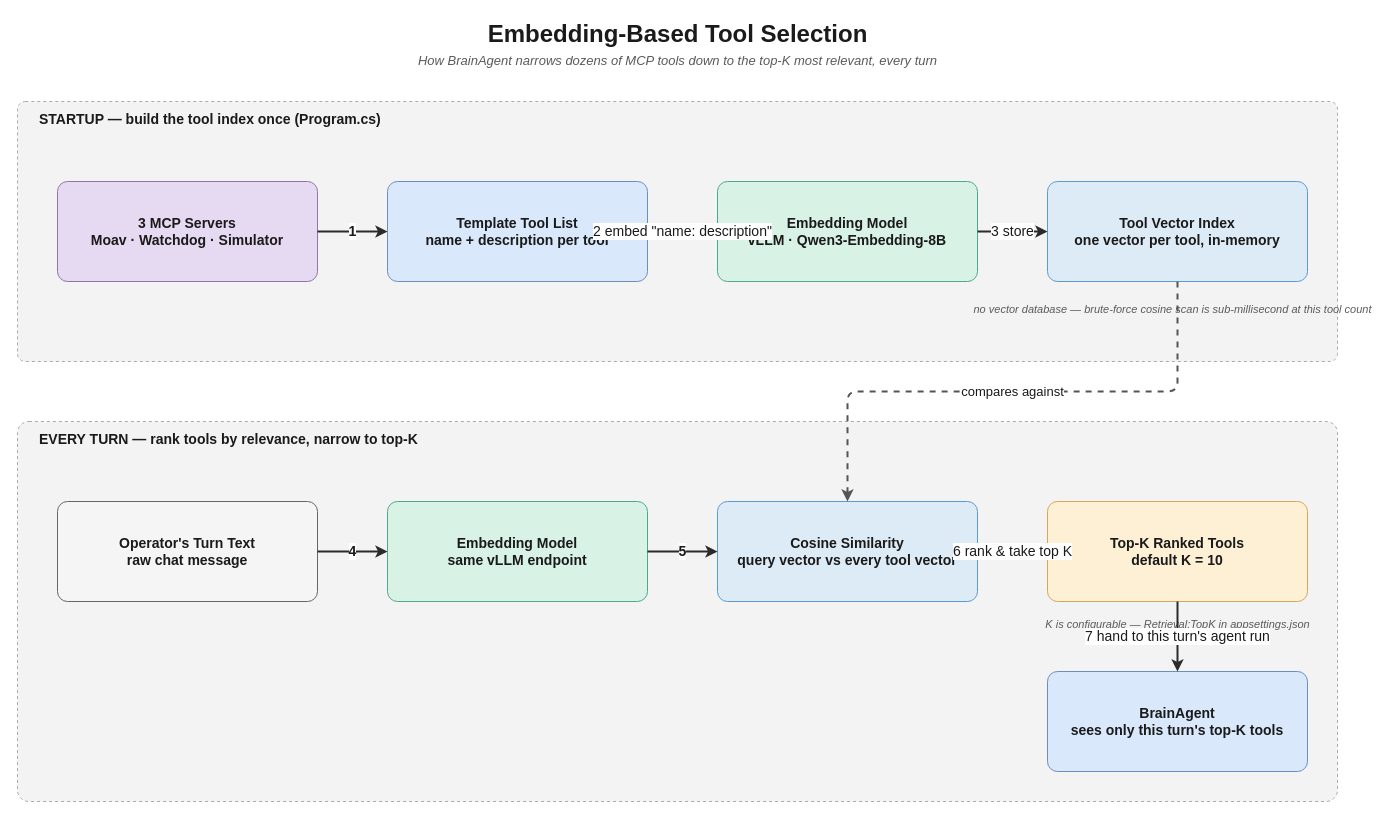
Earlier version of the draw.io diagram page "Tool Selection Mechanism" (2 of 2) of docs/architecture.drawio (David-Mordechai/UavOps). Source tidied: cells renumbered, new cells numbered last; positions are measured from the earlier drawing's top-left corner, leaving out a move shared by most shapes. Both pictures are drawn from the tidied source at 100%, with x=0, y=0 at pixel (17, 17).
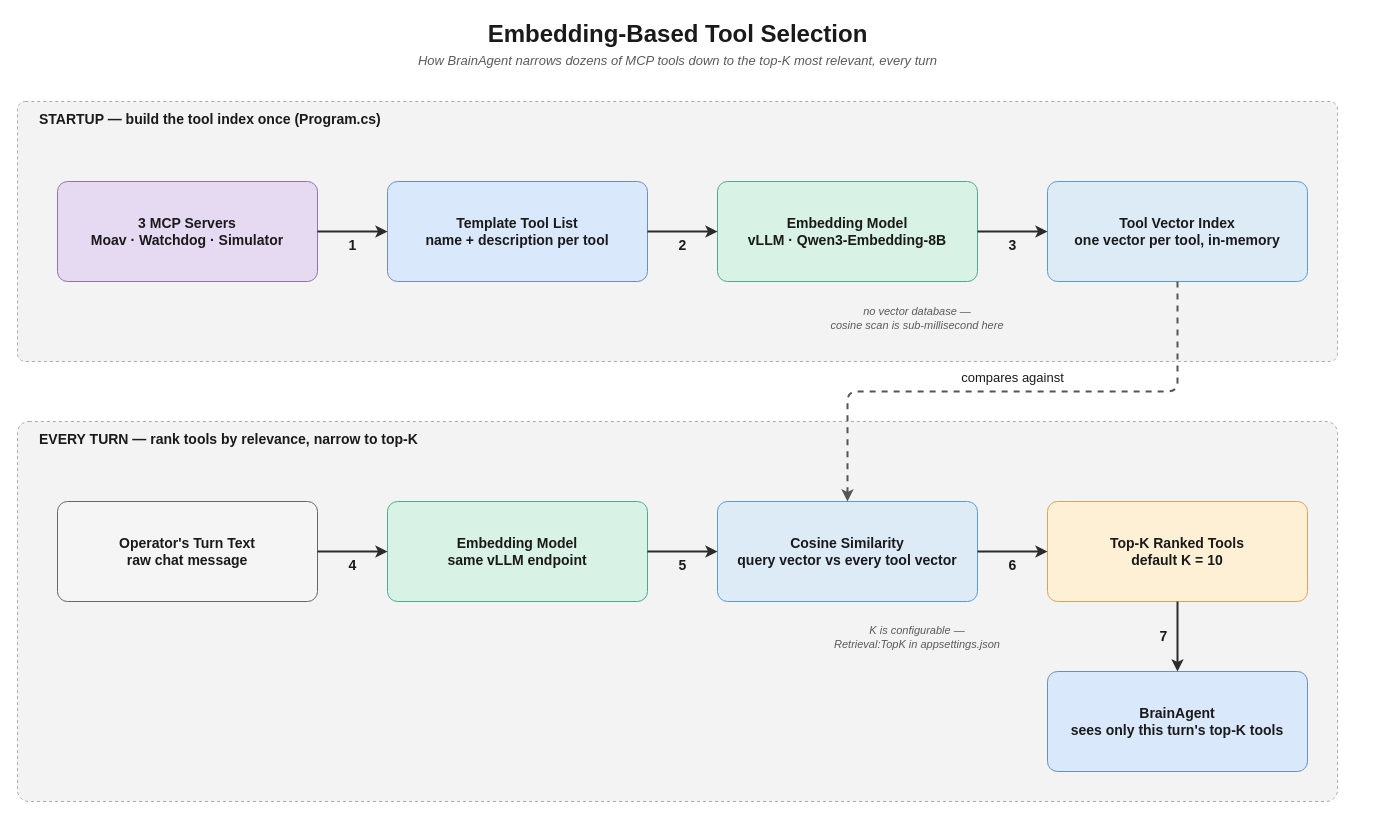
Above is the later version.

Commit message (it also covers changes not shown here):
Fix tool-selection diagram: edge label overlap and note positioning

Unchanged cells that the change refers to:
```xml
<mxCell id="6" value="3 MCP Servers&#10;Moav · Watchdog · Simulator" style="rounded=1;whiteSpace=wrap;html=1;fillColor=light-dark(#E6D9F2,#3B2A55);strokeColor=light-dark(#9673A6,#C6A8DE);fontColor=light-dark(#1A1A1A,#F5F5F5);fontSize=14;fontStyle=1;arcSize=10;" parent="1" vertex="1">
  <mxGeometry x="40" y="164" width="260" height="100" as="geometry" />
</mxCell>
<mxCell id="7" value="Template Tool List&#10;name + description per tool" style="rounded=1;whiteSpace=wrap;html=1;fillColor=light-dark(#DAE8FC,#1F3A5F);strokeColor=light-dark(#6C8EBF,#8FB4E3);fontColor=light-dark(#1A1A1A,#F5F5F5);fontSize=14;fontStyle=1;arcSize=10;" parent="1" vertex="1">
  <mxGeometry x="370" y="164" width="260" height="100" as="geometry" />
</mxCell>
<mxCell id="8" value="Embedding Model&#10;vLLM · Qwen3-Embedding-8B" style="rounded=1;whiteSpace=wrap;html=1;fillColor=light-dark(#D9F2E6,#1F4A3D);strokeColor=light-dark(#4DA88F,#7FD9BE);fontColor=light-dark(#1A1A1A,#F5F5F5);fontSize=14;fontStyle=1;arcSize=10;" parent="1" vertex="1">
  <mxGeometry x="700" y="164" width="260" height="100" as="geometry" />
</mxCell>
<mxCell id="9" value="Tool Vector Index&#10;one vector per tool, in-memory" style="rounded=1;whiteSpace=wrap;html=1;fillColor=light-dark(#DDEBF7,#16324A);strokeColor=light-dark(#5B9BD5,#7FB2E5);fontColor=light-dark(#1A1A1A,#F5F5F5);fontSize=14;fontStyle=1;arcSize=10;" parent="1" vertex="1">
  <mxGeometry x="1030" y="164" width="260" height="100" as="geometry" />
</mxCell>
<mxCell id="16" value="Operator's Turn Text&#10;raw chat message" style="rounded=1;whiteSpace=wrap;html=1;fillColor=light-dark(#F5F5F5,#2B2B2B);strokeColor=light-dark(#666666,#AAAAAA);fontColor=light-dark(#1A1A1A,#F0F0F0);fontSize=14;fontStyle=1;arcSize=10;" parent="1" vertex="1">
  <mxGeometry x="40" y="484" width="260" height="100" as="geometry" />
</mxCell>
<mxCell id="17" value="Embedding Model&#10;same vLLM endpoint" style="rounded=1;whiteSpace=wrap;html=1;fillColor=light-dark(#D9F2E6,#1F4A3D);strokeColor=light-dark(#4DA88F,#7FD9BE);fontColor=light-dark(#1A1A1A,#F5F5F5);fontSize=14;fontStyle=1;arcSize=10;" parent="1" vertex="1">
  <mxGeometry x="370" y="484" width="260" height="100" as="geometry" />
</mxCell>
<mxCell id="18" value="Cosine Similarity&#10;query vector vs every tool vector" style="rounded=1;whiteSpace=wrap;html=1;fillColor=light-dark(#DDEBF7,#16324A);strokeColor=light-dark(#5B9BD5,#7FB2E5);fontColor=light-dark(#1A1A1A,#F5F5F5);fontSize=14;fontStyle=1;arcSize=10;" parent="1" vertex="1">
  <mxGeometry x="700" y="484" width="260" height="100" as="geometry" />
</mxCell>
<mxCell id="19" value="Top-K Ranked Tools&#10;default K = 10" style="rounded=1;whiteSpace=wrap;html=1;fillColor=light-dark(#FDF0D5,#4A3B1F);strokeColor=light-dark(#D6A756,#E8C077);fontColor=light-dark(#1A1A1A,#F5F5F5);fontSize=14;fontStyle=1;arcSize=10;" parent="1" vertex="1">
  <mxGeometry x="1030" y="484" width="260" height="100" as="geometry" />
</mxCell>
<mxCell id="21" value="BrainAgent&#10;sees only this turn's top-K tools" style="rounded=1;whiteSpace=wrap;html=1;fillColor=light-dark(#DAE8FC,#1F3A5F);strokeColor=light-dark(#6C8EBF,#8FB4E3);fontColor=light-dark(#1A1A1A,#F5F5F5);fontSize=14;fontStyle=1;arcSize=10;" parent="1" vertex="1">
  <mxGeometry x="1030" y="654" width="260" height="100" as="geometry" />
</mxCell>
```

What changed in the source:
```diff
@@
-    <mxCell id="10" value="no vector database — brute-force cosine scan is sub-millisecond at this tool count" style="text;html=1;fontSize=11;fontStyle=2;align=center;verticalAlign=middle;fontColor=light-dark(#5A5A5A,#B5B5B5);" parent="1" vertex="1">
-      <mxGeometry x="990" y="272" width="330" height="40" as="geometry" />
+    <mxCell id="10" value="no vector database —&#10;cosine scan is sub-millisecond here" style="text;html=1;whiteSpace=wrap;fontSize=11;fontStyle=2;align=center;verticalAlign=middle;fontColor=light-dark(#5A5A5A,#B5B5B5);" parent="1" vertex="1">
+      <mxGeometry x="700" y="276" width="400" height="50" as="geometry" />
     </mxCell>
-    <mxCell id="11" value="1" style="edgeStyle=orthogonalEdgeStyle;rounded=1;html=1;strokeColor=light-dark(#2B2B2B,#E0E0E0);strokeWidth=2;fontColor=light-dark(#1A1A1A,#F5F5F5);fontSize=14;fontStyle=1;" parent="1" edge="1" source="6" target="7">
-      <mxGeometry relative="1" as="geometry" />
+    <mxCell id="11" value="1" style="edgeStyle=orthogonalEdgeStyle;rounded=1;html=1;labelBackgroundColor=none;strokeColor=light-dark(#2B2B2B,#E0E0E0);strokeWidth=2;fontColor=light-dark(#1A1A1A,#F5F5F5);fontSize=14;fontStyle=1;" parent="1" edge="1" source="6" target="7">
+      <mxGeometry y="-14" relative="1" as="geometry" />
     </mxCell>
-    <mxCell id="12" value="2  embed &quot;name: description&quot;" style="edgeStyle=orthogonalEdgeStyle;rounded=1;html=1;strokeColor=light-dark(#2B2B2B,#E0E0E0);strokeWidth=2;fontColor=light-dark(#1A1A1A,#F5F5F5);fontSize=14;" parent="1" edge="1" source="7" target="8">
-      <mxGeometry relative="1" as="geometry" />
+    <mxCell id="12" value="2" style="edgeStyle=orthogonalEdgeStyle;rounded=1;html=1;labelBackgroundColor=none;strokeColor=light-dark(#2B2B2B,#E0E0E0);strokeWidth=2;fontColor=light-dark(#1A1A1A,#F5F5F5);fontSize=14;fontStyle=1;" parent="1" edge="1" source="7" target="8">
+      <mxGeometry y="-14" relative="1" as="geometry" />
     </mxCell>
-    <mxCell id="13" value="3  store" style="edgeStyle=orthogonalEdgeStyle;rounded=1;html=1;strokeColor=light-dark(#2B2B2B,#E0E0E0);strokeWidth=2;fontColor=light-dark(#1A1A1A,#F5F5F5);fontSize=14;" parent="1" edge="1" source="8" target="9">
-      <mxGeometry relative="1" as="geometry" />
+    <mxCell id="13" value="3" style="edgeStyle=orthogonalEdgeStyle;rounded=1;html=1;labelBackgroundColor=none;strokeColor=light-dark(#2B2B2B,#E0E0E0);strokeWidth=2;fontColor=light-dark(#1A1A1A,#F5F5F5);fontSize=14;fontStyle=1;" parent="1" edge="1" source="8" target="9">
+      <mxGeometry y="-14" relative="1" as="geometry" />
     </mxCell>
@@
-    <mxCell id="20" value="K is configurable — Retrieval:TopK in appsettings.json" style="text;html=1;fontSize=11;fontStyle=2;align=center;verticalAlign=middle;fontColor=light-dark(#5A5A5A,#B5B5B5);" parent="1" vertex="1">
-      <mxGeometry x="1000" y="592" width="320" height="30" as="geometry" />
+    <mxCell id="20" value="K is configurable —&#10;Retrieval:TopK in appsettings.json" style="text;html=1;whiteSpace=wrap;fontSize=11;fontStyle=2;align=center;verticalAlign=middle;fontColor=light-dark(#5A5A5A,#B5B5B5);" parent="1" vertex="1">
+      <mxGeometry x="700" y="600" width="400" height="40" as="geometry" />
     </mxCell>
@@
-    <mxCell id="22" value="4" style="edgeStyle=orthogonalEdgeStyle;rounded=1;html=1;strokeColor=light-dark(#2B2B2B,#E0E0E0);strokeWidth=2;fontColor=light-dark(#1A1A1A,#F5F5F5);fontSize=14;fontStyle=1;" parent="1" edge="1" source="16" target="17">
-      <mxGeometry relative="1" as="geometry" />
+    <mxCell id="22" value="4" style="edgeStyle=orthogonalEdgeStyle;rounded=1;html=1;labelBackgroundColor=none;strokeColor=light-dark(#2B2B2B,#E0E0E0);strokeWidth=2;fontColor=light-dark(#1A1A1A,#F5F5F5);fontSize=14;fontStyle=1;" parent="1" edge="1" source="16" target="17">
+      <mxGeometry y="-14" relative="1" as="geometry" />
     </mxCell>
-    <mxCell id="23" value="5" style="edgeStyle=orthogonalEdgeStyle;rounded=1;html=1;strokeColor=light-dark(#2B2B2B,#E0E0E0);strokeWidth=2;fontColor=light-dark(#1A1A1A,#F5F5F5);fontSize=14;fontStyle=1;" parent="1" edge="1" source="17" target="18">
-      <mxGeometry relative="1" as="geometry" />
+    <mxCell id="23" value="5" style="edgeStyle=orthogonalEdgeStyle;rounded=1;html=1;labelBackgroundColor=none;strokeColor=light-dark(#2B2B2B,#E0E0E0);strokeWidth=2;fontColor=light-dark(#1A1A1A,#F5F5F5);fontSize=14;fontStyle=1;" parent="1" edge="1" source="17" target="18">
+      <mxGeometry y="-14" relative="1" as="geometry" />
     </mxCell>
-    <mxCell id="24" value="6  rank &amp; take top K" style="edgeStyle=orthogonalEdgeStyle;rounded=1;html=1;strokeColor=light-dark(#2B2B2B,#E0E0E0);strokeWidth=2;fontColor=light-dark(#1A1A1A,#F5F5F5);fontSize=14;" parent="1" edge="1" source="18" target="19">
-      <mxGeometry relative="1" as="geometry" />
+    <mxCell id="24" value="6" style="edgeStyle=orthogonalEdgeStyle;rounded=1;html=1;labelBackgroundColor=none;strokeColor=light-dark(#2B2B2B,#E0E0E0);strokeWidth=2;fontColor=light-dark(#1A1A1A,#F5F5F5);fontSize=14;fontStyle=1;" parent="1" edge="1" source="18" target="19">
+      <mxGeometry y="-14" relative="1" as="geometry" />
     </mxCell>
-    <mxCell id="25" value="7  hand to this turn's agent run" style="edgeStyle=orthogonalEdgeStyle;rounded=1;html=1;strokeColor=light-dark(#2B2B2B,#E0E0E0);strokeWidth=2;fontColor=light-dark(#1A1A1A,#F5F5F5);fontSize=14;" parent="1" edge="1" source="19" target="21">
-      <mxGeometry relative="1" as="geometry" />
+    <mxCell id="25" value="7" style="edgeStyle=orthogonalEdgeStyle;rounded=1;html=1;labelBackgroundColor=none;strokeColor=light-dark(#2B2B2B,#E0E0E0);strokeWidth=2;fontColor=light-dark(#1A1A1A,#F5F5F5);fontSize=14;fontStyle=1;" parent="1" edge="1" source="19" target="21">
+      <mxGeometry y="-14" relative="1" as="geometry" />
     </mxCell>
-    <mxCell id="26" value="compares against" style="edgeStyle=orthogonalEdgeStyle;rounded=1;html=1;dashed=1;strokeColor=light-dark(#555555,#BBBBBB);strokeWidth=2;fontColor=light-dark(#1A1A1A,#F5F5F5);fontSize=13;exitX=0.5;exitY=1;entryX=0.5;entryY=0;" parent="1" edge="1" source="9" target="18">
-      <mxGeometry relative="1" as="geometry" />
+    <mxCell id="26" value="compares against" style="edgeStyle=orthogonalEdgeStyle;rounded=1;html=1;labelBackgroundColor=none;dashed=1;strokeColor=light-dark(#555555,#BBBBBB);strokeWidth=2;fontColor=light-dark(#1A1A1A,#F5F5F5);fontSize=13;exitX=0.5;exitY=1;entryX=0.5;entryY=0;" parent="1" edge="1" source="9" target="18">
+      <mxGeometry y="-14" relative="1" as="geometry" />
     </mxCell>
```
